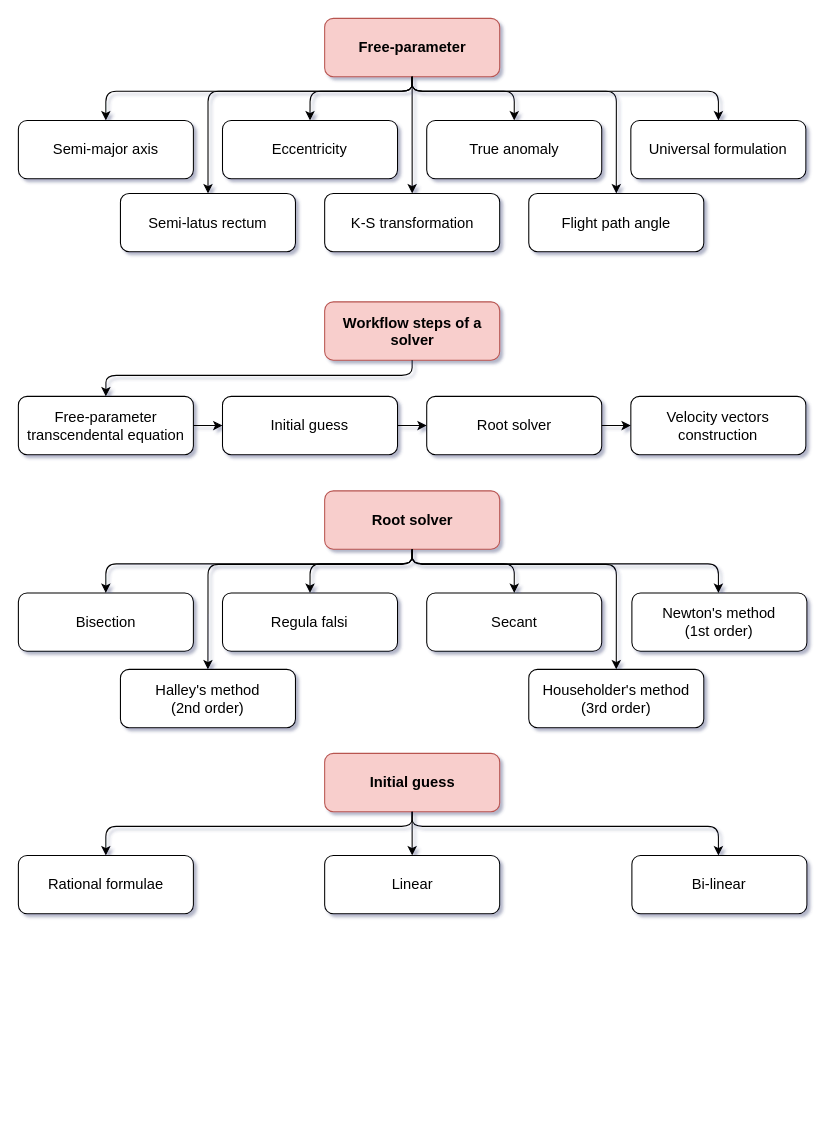
Before: page "Solver workflow" (1 of 2) of fig/static/diagrams.drawio in jorgepiloto/tfm, a draw.io diagram. Source tidied: cells renumbered, new cells numbered last; positions are measured from the earlier drawing's top-left corner, leaving out a move shared by most shapes. Both pictures are drawn from the tidied source at 105%, with x=0, y=0 at pixel (18, 18).
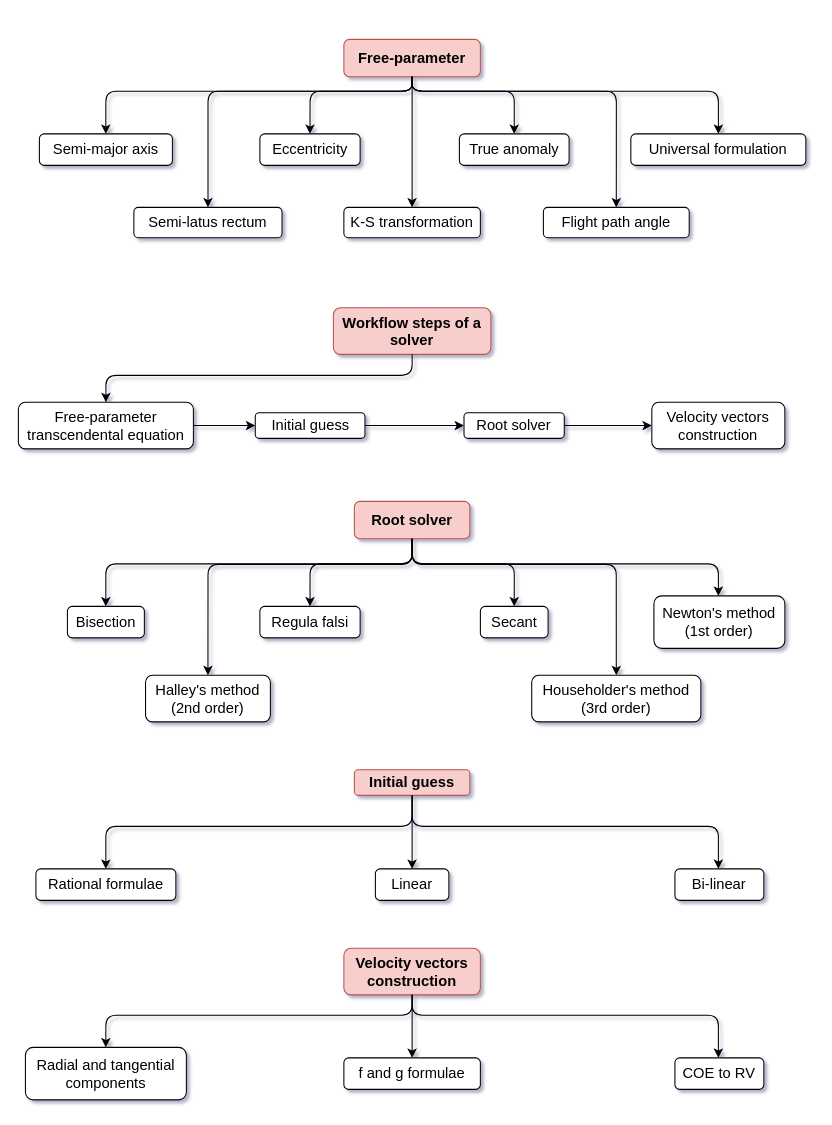
After the change.

Unchanged cells that the change refers to:
```xml
<mxCell id="17" style="group;rounded=1;" parent="1" vertex="1">
  <mxGeometry y="270" width="750" height="145.6" as="geometry" />
</mxCell>
```

The edit, as a diff of the source:
```diff
@@
     <mxCell id="2" value="&lt;div style=&quot;font-size: 14px;&quot;&gt;Free-parameter&lt;/div&gt;" style="whiteSpace=wrap;html=1;fontSize=14;glass=0;strokeWidth=1;shadow=0;fillColor=#f8cecc;strokeColor=#b85450;fontStyle=1;rounded=1;" parent="1" vertex="1">
-      <mxGeometry x="291.7" width="166.7" height="55.6" as="geometry" />
+      <mxGeometry x="310" y="20" width="130" height="35.6" as="geometry" />
     </mxCell>
     <mxCell id="3" value="Semi-major axis" style="whiteSpace=wrap;html=1;fontSize=14;glass=0;strokeWidth=1;shadow=0;rounded=1;" parent="1" vertex="1">
-      <mxGeometry y="97.2" width="166.7" height="55.6" as="geometry" />
+      <mxGeometry x="20" y="110" width="126.7" height="30" as="geometry" />
     </mxCell>
@@
     <mxCell id="5" value="Eccentricity" style="whiteSpace=wrap;html=1;fontSize=14;glass=0;strokeWidth=1;shadow=0;rounded=1;" parent="1" vertex="1">
-      <mxGeometry x="194.4" y="97.2" width="166.7" height="55.6" as="geometry" />
+      <mxGeometry x="230" y="110" width="95.5" height="30" as="geometry" />
     </mxCell>
@@
     <mxCell id="7" value="Semi-latus rectum" style="whiteSpace=wrap;html=1;fontSize=14;glass=0;strokeWidth=1;shadow=0;rounded=1;" parent="1" vertex="1">
-      <mxGeometry x="97.2" y="166.7" width="166.7" height="55.6" as="geometry" />
+      <mxGeometry x="110" y="180" width="141.1" height="28.9" as="geometry" />
     </mxCell>
@@
     <mxCell id="9" value="True anomaly" style="whiteSpace=wrap;html=1;fontSize=14;glass=0;strokeWidth=1;shadow=0;rounded=1;" parent="1" vertex="1">
-      <mxGeometry x="388.9" y="97.2" width="166.7" height="55.6" as="geometry" />
+      <mxGeometry x="420" y="110" width="104.5" height="30" as="geometry" />
     </mxCell>
@@
     <mxCell id="11" value="Universal formulation" style="whiteSpace=wrap;html=1;fontSize=14;glass=0;strokeWidth=1;shadow=0;rounded=1;" parent="1" vertex="1">
-      <mxGeometry x="583.3" y="97.2" width="166.7" height="55.6" as="geometry" />
+      <mxGeometry x="583.3" y="110" width="166.7" height="30" as="geometry" />
     </mxCell>
@@
     <mxCell id="13" value="K-S transformation" style="whiteSpace=wrap;html=1;fontSize=14;glass=0;strokeWidth=1;shadow=0;rounded=1;" parent="1" vertex="1">
-      <mxGeometry x="291.7" y="166.7" width="166.7" height="55.6" as="geometry" />
+      <mxGeometry x="310" y="180" width="130" height="28.9" as="geometry" />
     </mxCell>
@@
     <mxCell id="15" value="Flight path angle" style="whiteSpace=wrap;html=1;fontSize=14;glass=0;strokeWidth=1;shadow=0;rounded=1;" parent="1" vertex="1">
-      <mxGeometry x="486.1" y="166.7" width="166.7" height="55.6" as="geometry" />
+      <mxGeometry x="500" y="180" width="138.9" height="28.9" as="geometry" />
     </mxCell>
@@
     <mxCell id="18" value="Workflow steps of a solver" style="whiteSpace=wrap;html=1;fontSize=14;glass=0;strokeWidth=1;shadow=0;fillColor=#f8cecc;strokeColor=#b85450;fontStyle=1;rounded=1;" parent="17" vertex="1">
-      <mxGeometry x="291.7" width="166.7" height="55.6" as="geometry" />
+      <mxGeometry x="300" y="5.6" width="150" height="44.4" as="geometry" />
     </mxCell>
     <mxCell id="19" value="Free-parameter transcendental equation" style="whiteSpace=wrap;html=1;fontSize=14;glass=0;strokeWidth=1;shadow=0;rounded=1;" parent="17" vertex="1">
-      <mxGeometry y="90" width="166.7" height="55.6" as="geometry" />
+      <mxGeometry y="95.6" width="166.7" height="44.4" as="geometry" />
     </mxCell>
@@
     <mxCell id="21" value="&lt;div&gt;Initial guess&lt;/div&gt;" style="whiteSpace=wrap;html=1;fontSize=14;glass=0;strokeWidth=1;shadow=0;rounded=1;" parent="17" vertex="1">
-      <mxGeometry x="194.4" y="90" width="166.7" height="55.6" as="geometry" />
+      <mxGeometry x="225.6" y="105.6" width="104.5" height="24.4" as="geometry" />
     </mxCell>
@@
     <mxCell id="23" value="Root solver" style="whiteSpace=wrap;html=1;fontSize=14;glass=0;strokeWidth=1;shadow=0;rounded=1;" parent="17" vertex="1">
-      <mxGeometry x="388.9" y="90" width="166.7" height="55.6" as="geometry" />
+      <mxGeometry x="424.4" y="105.6" width="95.5" height="24.4" as="geometry" />
     </mxCell>
@@
     <mxCell id="25" value="Velocity vectors construction" style="whiteSpace=wrap;html=1;fontSize=14;glass=0;strokeWidth=1;shadow=0;rounded=1;" parent="17" vertex="1">
-      <mxGeometry x="583.3" y="90" width="166.7" height="55.6" as="geometry" />
+      <mxGeometry x="603.3" y="95.6" width="126.7" height="44.4" as="geometry" />
     </mxCell>
@@
     <mxCell id="29" value="Root solver" style="whiteSpace=wrap;html=1;fontSize=14;glass=0;strokeWidth=1;shadow=0;fillColor=#f8cecc;strokeColor=#b85450;fontStyle=1;rounded=1;" parent="1" vertex="1">
-      <mxGeometry x="291.7" y="450" width="166.7" height="55.6" as="geometry" />
+      <mxGeometry x="320" y="460" width="110" height="35.6" as="geometry" />
     </mxCell>
     <mxCell id="30" value="Bisection " style="whiteSpace=wrap;html=1;fontSize=14;glass=0;strokeWidth=1;shadow=0;rounded=1;" parent="1" vertex="1">
-      <mxGeometry y="547.2" width="166.7" height="55.6" as="geometry" />
+      <mxGeometry x="46.7" y="560" width="73.3" height="30" as="geometry" />
     </mxCell>
@@
     <mxCell id="32" value="Regula falsi" style="whiteSpace=wrap;html=1;fontSize=14;glass=0;strokeWidth=1;shadow=0;rounded=1;" parent="1" vertex="1">
-      <mxGeometry x="194.4" y="547.2" width="166.7" height="55.6" as="geometry" />
+      <mxGeometry x="230" y="560" width="95.5" height="30" as="geometry" />
     </mxCell>
@@
     <mxCell id="34" value="Secant" style="whiteSpace=wrap;html=1;fontSize=14;glass=0;strokeWidth=1;shadow=0;rounded=1;" parent="1" vertex="1">
-      <mxGeometry x="388.9" y="547.2" width="166.7" height="55.6" as="geometry" />
+      <mxGeometry x="440" y="560" width="64.5" height="30" as="geometry" />
     </mxCell>
@@
     <mxCell id="36" value="&lt;div&gt;Newton's method &lt;br&gt;&lt;/div&gt;&lt;div&gt;(1st order)&lt;/div&gt;" style="whiteSpace=wrap;html=1;fontSize=14;glass=0;strokeWidth=1;shadow=0;rounded=1;" parent="1" vertex="1">
-      <mxGeometry x="584.3" y="547.2" width="166.7" height="55.6" as="geometry" />
+      <mxGeometry x="605.3" y="550" width="124.7" height="50" as="geometry" />
     </mxCell>
@@
     <mxCell id="38" value="&lt;div&gt;Halley's method&lt;/div&gt;(2nd order)" style="whiteSpace=wrap;html=1;fontSize=14;glass=0;strokeWidth=1;shadow=0;rounded=1;" parent="1" vertex="1">
-      <mxGeometry x="97.2" y="620" width="166.7" height="55.6" as="geometry" />
+      <mxGeometry x="121.1" y="625.6" width="118.9" height="44.4" as="geometry" />
     </mxCell>
     <mxCell id="39" value="&lt;div&gt;Householder's method&lt;/div&gt;&lt;div&gt;(3rd order)&lt;br&gt;&lt;/div&gt;" style="whiteSpace=wrap;html=1;fontSize=14;glass=0;strokeWidth=1;shadow=0;rounded=1;" parent="1" vertex="1">
-      <mxGeometry x="486.1" y="620" width="166.7" height="55.6" as="geometry" />
+      <mxGeometry x="488.9" y="625.6" width="161.1" height="44.4" as="geometry" />
     </mxCell>
     <mxCell id="40" value="Initial guess" style="whiteSpace=wrap;html=1;fontSize=14;glass=0;strokeWidth=1;shadow=0;fillColor=#f8cecc;strokeColor=#b85450;fontStyle=1;rounded=1;" parent="1" vertex="1">
-      <mxGeometry x="291.7" y="700" width="166.7" height="55.6" as="geometry" />
+      <mxGeometry x="320" y="715.6" width="110" height="24.4" as="geometry" />
     </mxCell>
     <mxCell id="41" value="Rational formulae" style="whiteSpace=wrap;html=1;fontSize=14;glass=0;strokeWidth=1;shadow=0;rounded=1;" parent="1" vertex="1">
-      <mxGeometry y="797.2" width="166.7" height="55.6" as="geometry" />
+      <mxGeometry x="16.7" y="810" width="133.3" height="30" as="geometry" />
     </mxCell>
@@
     <mxCell id="43" value="Linear" style="whiteSpace=wrap;html=1;fontSize=14;glass=0;strokeWidth=1;shadow=0;rounded=1;" parent="1" vertex="1">
-      <mxGeometry x="291.7" y="797.2" width="166.7" height="55.6" as="geometry" />
+      <mxGeometry x="340" y="810" width="70" height="30" as="geometry" />
     </mxCell>
@@
     <mxCell id="45" value="Bi-linear" style="whiteSpace=wrap;html=1;fontSize=14;glass=0;strokeWidth=1;shadow=0;rounded=1;" parent="1" vertex="1">
-      <mxGeometry x="584.3" y="797.2" width="166.7" height="55.6" as="geometry" />
+      <mxGeometry x="625.3" y="810" width="84.7" height="30" as="geometry" />
     </mxCell>
@@
+    <mxCell id="47" value="&lt;div&gt;Velocity vectors&lt;/div&gt;&lt;div&gt;construction&lt;br&gt;&lt;/div&gt;" style="whiteSpace=wrap;html=1;fontSize=14;glass=0;strokeWidth=1;shadow=0;fillColor=#f8cecc;strokeColor=#b85450;fontStyle=1;rounded=1;" parent="1" vertex="1">
+      <mxGeometry x="310" y="885.6" width="130" height="44.4" as="geometry" />
+    </mxCell>
+    <mxCell id="48" value="&lt;div&gt;Radial and tangential&lt;/div&gt;&lt;div&gt;components&lt;br&gt;&lt;/div&gt;" style="whiteSpace=wrap;html=1;fontSize=14;glass=0;strokeWidth=1;shadow=0;rounded=1;" parent="1" vertex="1">
+      <mxGeometry x="6.7" y="980" width="153.3" height="50" as="geometry" />
+    </mxCell>
+    <mxCell id="49" style="edgeStyle=orthogonalEdgeStyle;jettySize=auto;html=1;fontSize=12;" parent="1" edge="1" source="47" target="48">
+      <mxGeometry x="30" y="970" as="geometry">
+        <Array as="points">
+          <mxPoint x="375" y="949.5" />
+          <mxPoint x="83.3" y="949.5" />
+        </Array>
+      </mxGeometry>
+    </mxCell>
+    <mxCell id="50" value="&lt;div&gt;f and g formulae&lt;/div&gt;" style="whiteSpace=wrap;html=1;fontSize=14;glass=0;strokeWidth=1;shadow=0;rounded=1;" parent="1" vertex="1">
+      <mxGeometry x="310" y="990" width="130" height="30" as="geometry" />
+    </mxCell>
+    <mxCell id="51" style="edgeStyle=orthogonalEdgeStyle;jettySize=auto;html=1;entryX=0.5;entryY=0;entryDx=0;entryDy=0;fontSize=12;" parent="1" edge="1" source="47" target="50">
+      <mxGeometry x="30" y="970" as="geometry">
+        <Array as="points">
+          <mxPoint x="375" y="960" />
+          <mxPoint x="375" y="960" />
+        </Array>
+      </mxGeometry>
+    </mxCell>
+    <mxCell id="52" value="COE to RV" style="whiteSpace=wrap;html=1;fontSize=14;glass=0;strokeWidth=1;shadow=0;rounded=1;" parent="1" vertex="1">
+      <mxGeometry x="625.3" y="990" width="84.7" height="30" as="geometry" />
+    </mxCell>
+    <mxCell id="53" style="edgeStyle=orthogonalEdgeStyle;jettySize=auto;html=1;fontSize=12;" parent="1" edge="1" source="47" target="52">
+      <mxGeometry x="30" y="970" as="geometry">
+        <Array as="points">
+          <mxPoint x="375" y="949.5" />
+          <mxPoint x="666.7" y="949.5" />
+        </Array>
+      </mxGeometry>
+    </mxCell>
```
